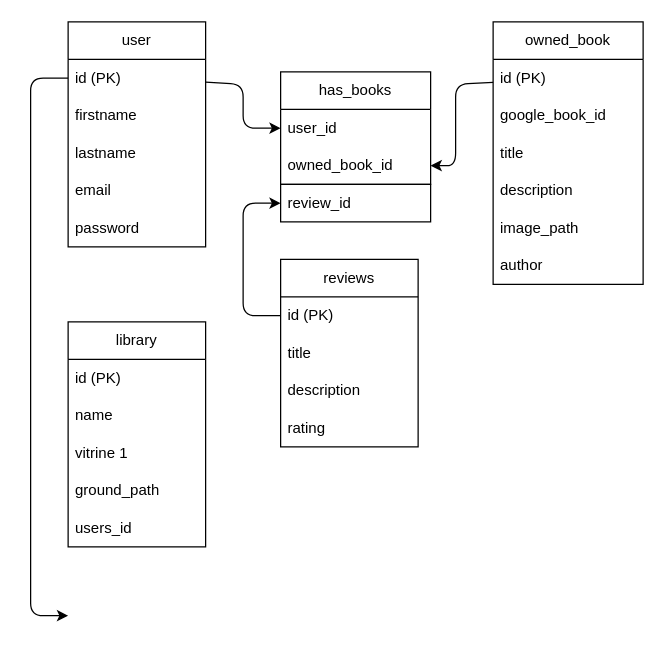
cyrilplou/books-world keeps this draw.io diagram as docs/mcd.drawIO. Above is the earlier version. Source tidied: cells renumbered, new cells numbered last; positions are measured from the earlier drawing's top-left corner, leaving out a move shared by most shapes. Both pictures are drawn from the tidied source at 125%, with x=0, y=0 at pixel (30, 21).
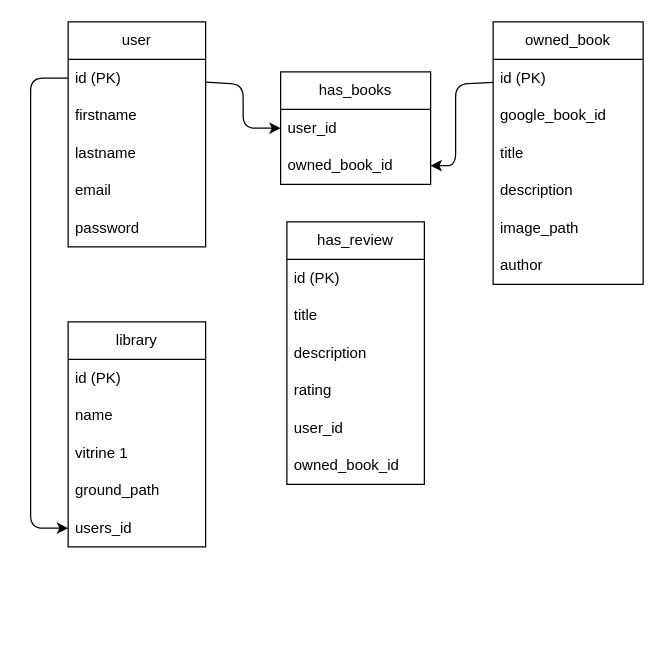
Above is the later version.

The change refers to these unchanged cells:
```xml
<mxCell id="3" value="id (PK)&lt;br&gt;" style="text;strokeColor=none;fillColor=none;align=left;verticalAlign=middle;spacingLeft=4;spacingRight=4;overflow=hidden;points=[[0,0.5],[1,0.5]];portConstraint=eastwest;whiteSpace=wrap;html=1;" parent="2" vertex="1">
  <mxGeometry y="30" width="110" height="30" as="geometry" />
</mxCell>
<mxCell id="9" value="id (PK)&lt;br&gt;" style="text;strokeColor=none;fillColor=none;align=left;verticalAlign=middle;spacingLeft=4;spacingRight=4;overflow=hidden;points=[[0,0.5],[1,0.5]];portConstraint=eastwest;whiteSpace=wrap;html=1;" parent="8" vertex="1">
  <mxGeometry y="30" width="110" height="30" as="geometry" />
</mxCell>
<mxCell id="21" value="has_books" style="swimlane;fontStyle=0;horizontal=1;startSize=30;whiteSpace=wrap;html=1;" parent="1" vertex="1">
  <mxGeometry x="200" y="40" width="120" height="90" as="geometry" />
</mxCell>
<mxCell id="35" value="users_id" style="text;strokeColor=none;fillColor=none;align=left;verticalAlign=middle;spacingLeft=4;spacingRight=4;overflow=hidden;points=[[0,0.5],[1,0.5]];portConstraint=eastwest;whiteSpace=wrap;html=1;" parent="30" vertex="1">
  <mxGeometry y="150" width="110" height="30" as="geometry" />
</mxCell>
```

Diff of the diagram source:
```diff
@@
-    <mxCell id="8" value="reviews" style="swimlane;fontStyle=0;horizontal=1;startSize=30;whiteSpace=wrap;html=1;" parent="1" vertex="1">
-      <mxGeometry x="200" y="190" width="110" height="150" as="geometry" />
+    <mxCell id="8" value="has_review" style="swimlane;fontStyle=0;horizontal=1;startSize=30;whiteSpace=wrap;html=1;" parent="1" vertex="1">
+      <mxGeometry x="205" y="160" width="110" height="210" as="geometry" />
     </mxCell>
@@
+    <mxCell id="36" value="user_id" style="text;strokeColor=none;fillColor=none;align=left;verticalAlign=middle;spacingLeft=4;spacingRight=4;overflow=hidden;whiteSpace=wrap;html=1;" parent="8" vertex="1">
+      <mxGeometry y="150" width="110" height="30" as="geometry" />
+    </mxCell>
+    <mxCell id="37" value="owned_book_id" style="text;strokeColor=none;fillColor=none;align=left;verticalAlign=middle;spacingLeft=4;spacingRight=4;overflow=hidden;whiteSpace=wrap;html=1;" parent="8" vertex="1">
+      <mxGeometry y="180" width="110" height="30" as="geometry" />
+    </mxCell>
@@
-    <mxCell id="20" style="edgeStyle=none;html=1;" parent="1" edge="1" source="21" target="26">
-      <mxGeometry relative="1" as="geometry" />
+    <mxCell id="20" style="edgeStyle=none;html=1;" parent="1" edge="1" source="21">
+      <mxGeometry relative="1" as="geometry">
+        <mxPoint x="260" y="130" as="targetPoint" />
+      </mxGeometry>
     </mxCell>
@@
-    <mxCell id="26" style="whiteSpace=wrap;html=1;fontStyle=0;startSize=30;fillColor=none;" parent="1" vertex="1">
-      <mxGeometry x="200" y="130" width="120" height="30" as="geometry" />
-    </mxCell>
-    <mxCell id="27" value="review_id" style="text;strokeColor=none;fillColor=none;align=left;verticalAlign=middle;spacingLeft=4;spacingRight=4;overflow=hidden;points=[[0,0.5],[1,0.5]];portConstraint=eastwest;whiteSpace=wrap;html=1;" parent="1" vertex="1">
-      <mxGeometry x="200" y="130" width="120" height="30" as="geometry" />
-    </mxCell>
-    <mxCell id="28" style="edgeStyle=none;html=1;exitX=0;exitY=0.5;exitDx=0;exitDy=0;entryX=0;entryY=0.5;entryDx=0;entryDy=0;" parent="1" edge="1" source="9" target="27">
-      <mxGeometry relative="1" as="geometry">
-        <Array as="points">
-          <mxPoint x="170" y="235" />
-          <mxPoint x="170" y="145" />
-        </Array>
-      </mxGeometry>
-    </mxCell>
-    <mxCell id="29" style="edgeStyle=none;html=1;exitX=0;exitY=0.5;exitDx=0;exitDy=0;" parent="1" edge="1" source="3">
+    <mxCell id="29" style="edgeStyle=none;html=1;exitX=0;exitY=0.5;exitDx=0;exitDy=0;entryX=0;entryY=0.5;entryDx=0;entryDy=0;" parent="1" edge="1" source="3" target="35">
       <mxGeometry relative="1" as="geometry">
-        <mxPoint x="30" y="475" as="targetPoint" />
         <Array as="points">
           <mxPoint y="45" />
-          <mxPoint y="475" />
+          <mxPoint y="405" />
         </Array>
       </mxGeometry>
     </mxCell>
```
